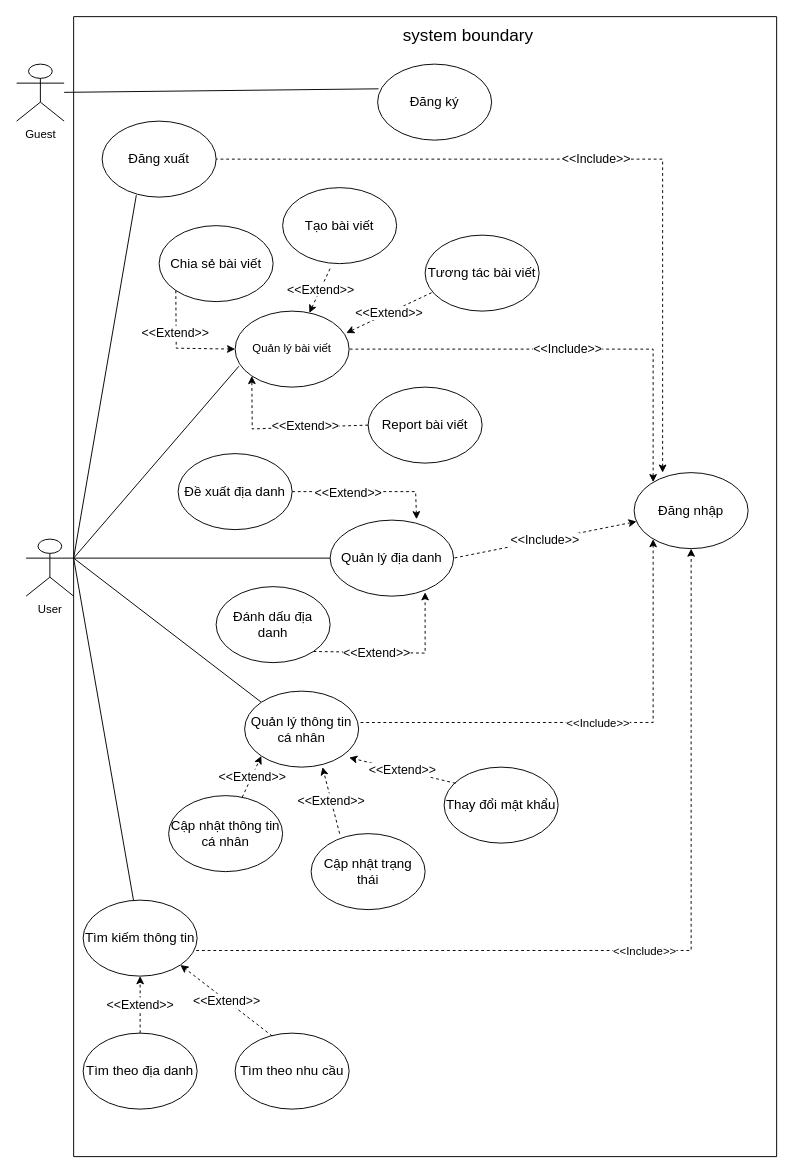
Earlier version of the draw.io diagram Do_An/042/uc Travel social network.drawio (TranLinh101h/Thunder_Team). Source tidied: cells renumbered, new cells numbered last; positions are measured from the earlier drawing's top-left corner, leaving out a move shared by most shapes. Both pictures are drawn from the tidied source at 95%, with x=0, y=0 at pixel (16, 16).
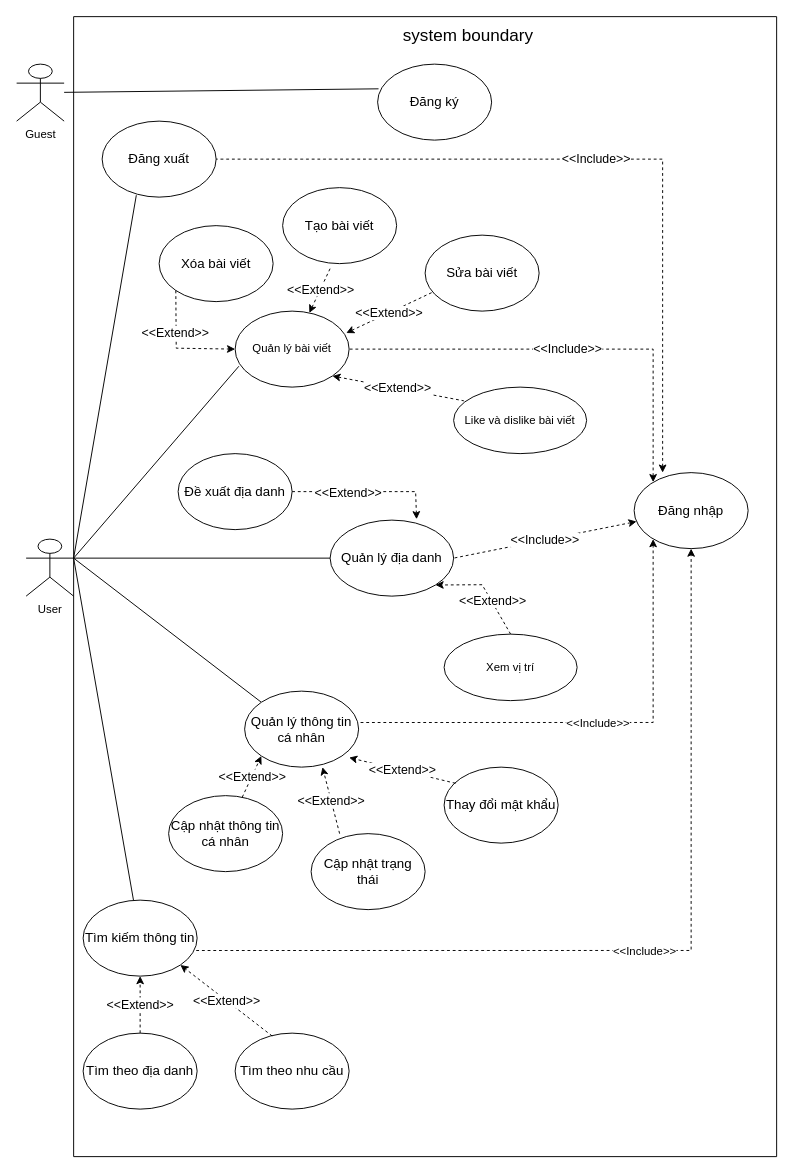
Above is the later version.

Unchanged cells that the change refers to:
```xml
<mxCell id="10" style="swimlane;startSize=0;fontSize=13;" parent="1" vertex="1">
  <mxGeometry x="60" width="740" height="1200" as="geometry" />
</mxCell>
<mxCell id="26" value="Quản lý bài viết" style="ellipse;whiteSpace=wrap;html=1;" parent="10" vertex="1">
  <mxGeometry x="170" y="310" width="120" height="80" as="geometry" />
</mxCell>
<mxCell id="31" value="&lt;font style=&quot;font-size: 14px&quot;&gt;Quản lý địa danh&lt;/font&gt;" style="ellipse;whiteSpace=wrap;html=1;" parent="10" vertex="1">
  <mxGeometry x="270" y="530" width="130" height="80" as="geometry" />
</mxCell>
```

What changed in the source:
```diff
@@
-    <mxCell id="25" value="&lt;font style=&quot;font-size: 14px&quot;&gt;Chia sẻ bài viết&lt;/font&gt;" style="ellipse;whiteSpace=wrap;html=1;" parent="10" vertex="1">
+    <mxCell id="25" value="&lt;span style=&quot;font-size: 14px&quot;&gt;Xóa bài viết&lt;/span&gt;" style="ellipse;whiteSpace=wrap;html=1;" parent="10" vertex="1">
       <mxGeometry x="90" y="220" width="120" height="80" as="geometry" />
     </mxCell>
@@
-    <mxCell id="29" value="&lt;span style=&quot;font-size: 14px&quot;&gt;Tương tác bài viết&lt;/span&gt;" style="ellipse;whiteSpace=wrap;html=1;" parent="10" vertex="1">
+    <mxCell id="29" value="&lt;span style=&quot;font-size: 14px&quot;&gt;Sửa bài viết&lt;/span&gt;" style="ellipse;whiteSpace=wrap;html=1;" parent="10" vertex="1">
       <mxGeometry x="370" y="230" width="120" height="80" as="geometry" />
     </mxCell>
-    <mxCell id="30" value="&lt;span style=&quot;font-size: 14px&quot;&gt;Report bài viết&lt;/span&gt;" style="ellipse;whiteSpace=wrap;html=1;" parent="10" vertex="1">
-      <mxGeometry x="310" y="390" width="120" height="80" as="geometry" />
-    </mxCell>
@@
-    <mxCell id="33" value="&lt;span style=&quot;font-size: 14px&quot;&gt;Đánh dấu địa danh&lt;/span&gt;" style="ellipse;whiteSpace=wrap;html=1;" parent="10" vertex="1">
-      <mxGeometry x="150" y="600" width="120" height="80" as="geometry" />
-    </mxCell>
-    <mxCell id="34" value="&lt;span style=&quot;font-size: 13px&quot;&gt;&amp;lt;&amp;lt;Extend&amp;gt;&amp;gt;&lt;/span&gt;" style="endArrow=classic;dashed=1;html=1;rounded=0;startArrow=none;startFill=0;endFill=1;exitX=1;exitY=1;exitDx=0;exitDy=0;entryX=0.769;entryY=0.95;entryDx=0;entryDy=0;entryPerimeter=0;" parent="10" edge="1" source="33" target="31">
-      <mxGeometry x="-0.26" y="-1" relative="1" as="geometry">
-        <Array as="points">
-          <mxPoint x="370" y="670" />
-        </Array>
-      </mxGeometry>
-    </mxCell>
@@
-    <mxCell id="37" value="&lt;span style=&quot;font-size: 13px&quot;&gt;&amp;lt;&amp;lt;Extend&amp;gt;&amp;gt;&lt;/span&gt;" style="endArrow=classic;dashed=1;html=1;rounded=0;startArrow=none;startFill=0;endFill=1;exitX=0;exitY=0.5;exitDx=0;exitDy=0;entryX=0;entryY=1;entryDx=0;entryDy=0;" parent="10" edge="1" source="30" target="26">
-      <mxGeometry x="-0.26" y="-1" relative="1" as="geometry">
-        <Array as="points">
-          <mxPoint x="188" y="434" />
-        </Array>
-      </mxGeometry>
-    </mxCell>
@@
+    <mxCell id="46" value="Like và dislike bài viết" style="ellipse;whiteSpace=wrap;html=1;" parent="10" vertex="1">
+      <mxGeometry x="400" y="390" width="140" height="70" as="geometry" />
+    </mxCell>
+    <mxCell id="47" value="&amp;lt;&amp;lt;Extend&amp;gt;&amp;gt;" style="endArrow=none;dashed=1;html=1;rounded=0;fontSize=13;entryX=0.077;entryY=0.206;entryDx=0;entryDy=0;entryPerimeter=0;startArrow=classic;startFill=1;exitX=1;exitY=1;exitDx=0;exitDy=0;" parent="10" edge="1" source="26" target="46">
+      <mxGeometry relative="1" as="geometry" />
+    </mxCell>
+    <mxCell id="48" value="Xem vị trí" style="ellipse;whiteSpace=wrap;html=1;" parent="10" vertex="1">
+      <mxGeometry x="390" y="650" width="140" height="70" as="geometry" />
+    </mxCell>
+    <mxCell id="49" value="&lt;span style=&quot;font-size: 13px&quot;&gt;&amp;lt;&amp;lt;Extend&amp;gt;&amp;gt;&lt;/span&gt;" style="endArrow=classic;dashed=1;html=1;rounded=0;startArrow=none;startFill=0;endFill=1;exitX=0.5;exitY=0;exitDx=0;exitDy=0;entryX=1;entryY=1;entryDx=0;entryDy=0;" parent="10" edge="1" source="48" target="31">
+      <mxGeometry x="-0.26" y="-1" relative="1" as="geometry">
+        <Array as="points">
+          <mxPoint x="430" y="598" />
+        </Array>
+      </mxGeometry>
+    </mxCell>
```
